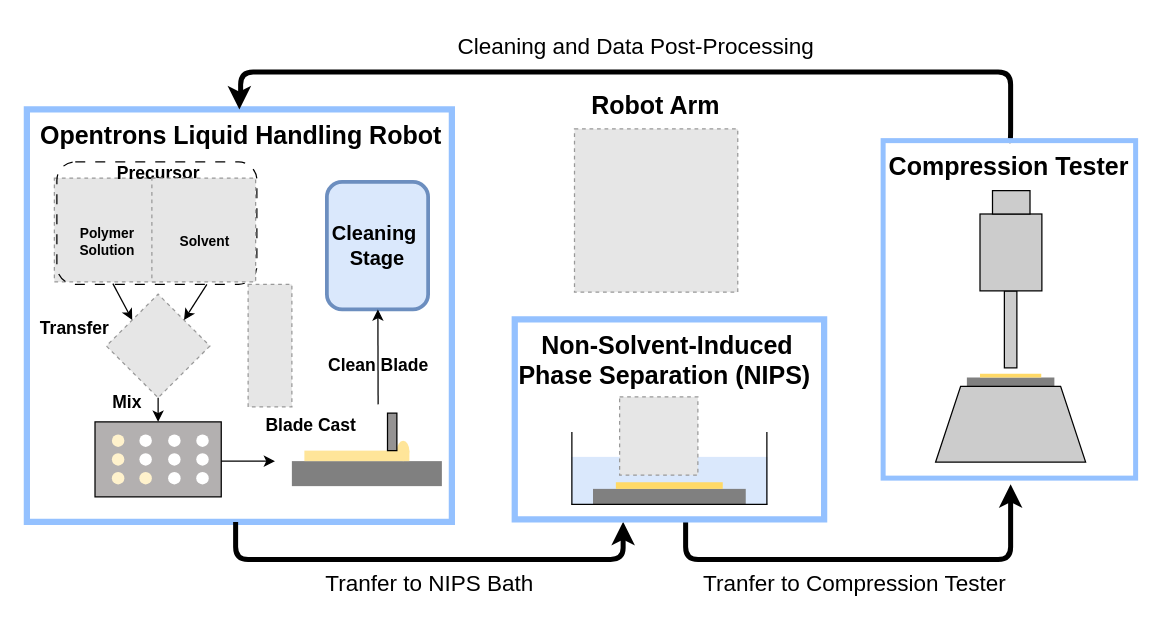
Before: HTE_workflow_for_paper_simple.drawio in Toniaac/hte-data-processing, a draw.io diagram. Source tidied: cells renumbered, new cells numbered last; positions are measured from the earlier drawing's top-left corner, leaving out a move shared by most shapes. Both pictures are drawn from the tidied source at 125%, with x=0, y=0 at pixel (21, 21). Pictures stored in the file or linked from it are replaced by grey dashed boxes.
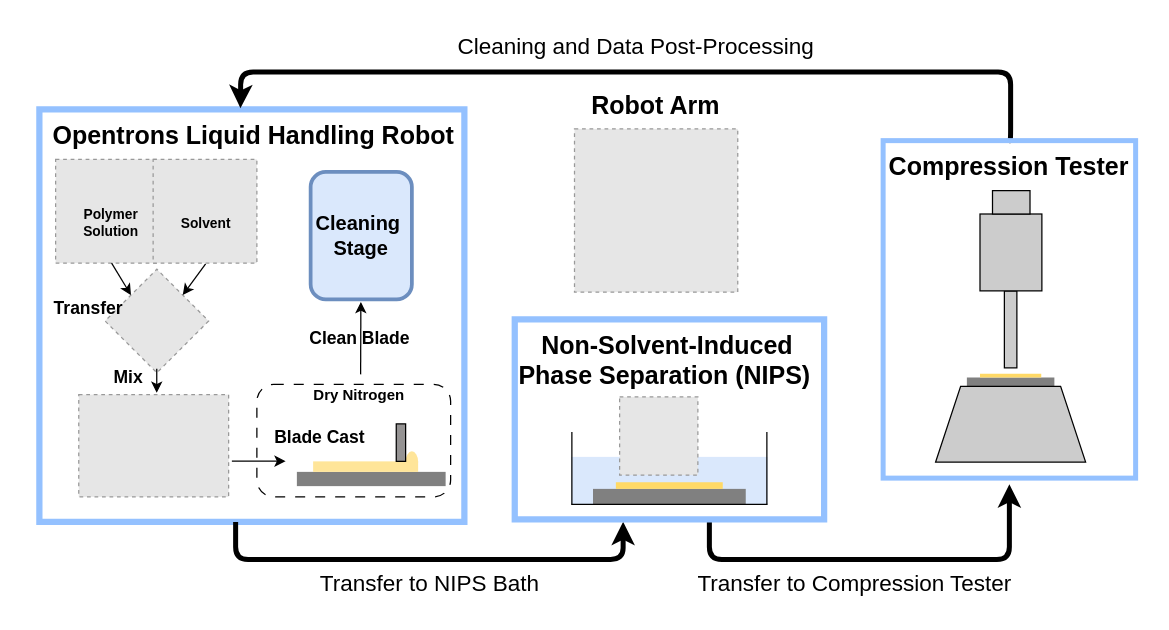
The same diagram, later.

The change refers to these unchanged cells:
```xml
<mxCell id="55" value="&lt;font style=&quot;&quot;&gt;&lt;font style=&quot;font-size: 20px;&quot;&gt;&amp;nbsp; &amp;nbsp; Compression Tester&amp;nbsp;&lt;/font&gt;&lt;/font&gt;" style="text;html=1;align=center;verticalAlign=middle;points=[];strokeColor=none;fillColor=none;fontSize=12;fontStyle=1;" parent="46" vertex="1">
  <mxGeometry x="-5" width="230" height="40" as="geometry" />
</mxCell>
```

Diff of the diagram source:
```diff
@@
-    <mxCell id="2" style="group;fillColor=none;" parent="1" vertex="1">
-      <mxGeometry y="70" width="350" height="330" as="geometry" />
-    </mxCell>
+    <mxCell id="72" style="group;" parent="1" vertex="1">
+      <mxGeometry x="10" y="70" width="345" height="330" as="geometry" />
+    </mxCell>
-    <mxCell id="3" style="rounded=0;whiteSpace=wrap;html=1;fontSize=12;fillColor=none;strokeColor=#94c1ff;gradientColor=none;strokeWidth=5;" parent="2" vertex="1">
+    <mxCell id="3" style="rounded=0;whiteSpace=wrap;html=1;fontSize=12;fillColor=none;strokeColor=#94c1ff;gradientColor=none;strokeWidth=5;" parent="72" vertex="1">
       <mxGeometry x="4" width="340" height="330" as="geometry" />
     </mxCell>
+    <mxCell id="73" style="rounded=1;whiteSpace=wrap;html=1;strokeColor=default;fillColor=none;dashed=1;dashPattern=8 8;" parent="72" vertex="1">
+      <mxGeometry x="178" y="220" width="155" height="90" as="geometry" />
+    </mxCell>
-    <mxCell id="4" style="rounded=1;whiteSpace=wrap;html=1;fillColor=#fff2cc;strokeColor=none;" parent="2" vertex="1">
-      <mxGeometry x="44.5" y="83" width="50.5" height="45" as="geometry" />
+    <mxCell id="4" style="rounded=1;whiteSpace=wrap;html=1;fillColor=#fff2cc;strokeColor=none;" parent="72" vertex="1">
+      <mxGeometry x="35.5" y="68" width="50.5" height="45" as="geometry" />
     </mxCell>
-    <mxCell id="5" style="fillColor=#E6E6E6;strokeColor=#999999;dashed=1;html=1;verticalAlign=top;verticalLabelPosition=bottom;labelBackgroundColor=#ffffff;" parent="2" vertex="1">
-      <mxGeometry x="26" y="55" width="83" height="83" as="geometry" />
+    <mxCell id="5" style="fillColor=#E6E6E6;strokeColor=#999999;dashed=1;html=1;verticalAlign=top;verticalLabelPosition=bottom;labelBackgroundColor=#ffffff;" parent="72" vertex="1">
+      <mxGeometry x="17" y="40" width="83" height="83" as="geometry" />
     </mxCell>
-    <mxCell id="6" style="rounded=1;whiteSpace=wrap;html=1;strokeColor=default;fillColor=none;dashed=1;dashPattern=8 8;" parent="2" vertex="1">
-      <mxGeometry x="28" y="42" width="160" height="98" as="geometry" />
-    </mxCell>
-    <mxCell id="7" style="group;fontStyle=1;" parent="2" vertex="1">
-      <mxGeometry y="50" width="141" height="90" as="geometry" />
+    <mxCell id="7" style="group;fontStyle=1;" parent="72" vertex="1">
+      <mxGeometry x="-9" y="50" width="141" height="90" as="geometry" />
     </mxCell>
-    <mxCell id="8" style="fillColor=#E6E6E6;strokeColor=#999999;dashed=1;html=1;verticalAlign=top;verticalLabelPosition=bottom;labelBackgroundColor=#ffffff;fontSize=12;rotation=135;" parent="2" vertex="1">
-      <mxGeometry x="79.7" y="160" width="58.6" height="58.6" as="geometry" />
+    <mxCell id="8" style="fillColor=#E6E6E6;strokeColor=#999999;dashed=1;html=1;verticalAlign=top;verticalLabelPosition=bottom;labelBackgroundColor=#ffffff;fontSize=12;rotation=135;" parent="72" vertex="1">
+      <mxGeometry x="68.7" y="140" width="58.6" height="58.6" as="geometry" />
     </mxCell>
-    <mxCell id="9" style="endArrow=classic;html=1;rounded=0;fontSize=10;entryX=0;entryY=0.5;entryDx=0;entryDy=0;exitX=0.75;exitY=1;exitDx=0;exitDy=0;" parent="2" edge="1" source="6" target="8">
-      <mxGeometry relative="1" as="geometry" />
+    <mxCell id="9" style="endArrow=classic;html=1;rounded=0;fontSize=10;entryX=0;entryY=0.5;entryDx=0;entryDy=0;exitX=0.75;exitY=1;exitDx=0;exitDy=0;" parent="72" edge="1" target="8">
+      <mxGeometry relative="1" as="geometry">
+        <mxPoint x="137" y="123.6" as="sourcePoint" />
+      </mxGeometry>
     </mxCell>
-    <mxCell id="10" value="&lt;font style=&quot;font-size: 14px;&quot;&gt;Transfer&lt;/font&gt;" style="text;html=1;align=center;verticalAlign=middle;strokeColor=none;fillColor=none;fontSize=12;fontStyle=1;" parent="2" vertex="1">
-      <mxGeometry x="2" y="160" width="80" height="30" as="geometry" />
+    <mxCell id="10" value="&lt;font style=&quot;font-size: 14px;&quot;&gt;Transfer&lt;/font&gt;" style="text;html=1;align=center;verticalAlign=middle;strokeColor=none;fillColor=none;fontSize=12;fontStyle=1;" parent="72" vertex="1">
+      <mxGeometry x="3" y="143.6" width="80" height="30" as="geometry" />
     </mxCell>
-    <mxCell id="11" value="&lt;font style=&quot;font-size: 16px;&quot;&gt;Cleaning&amp;nbsp;&lt;br&gt;Stage&lt;/font&gt;" style="rounded=1;whiteSpace=wrap;html=1;strokeColor=#6c8ebf;strokeWidth=3;fontSize=12;fillColor=#dae8fc;fontStyle=1;" parent="2" vertex="1">
-      <mxGeometry x="244" y="58" width="81" height="102" as="geometry" />
+    <mxCell id="11" value="&lt;font style=&quot;font-size: 16px;&quot;&gt;Cleaning&amp;nbsp;&lt;br&gt;Stage&lt;/font&gt;" style="rounded=1;whiteSpace=wrap;html=1;strokeColor=#6c8ebf;strokeWidth=3;fontSize=12;fillColor=#dae8fc;fontStyle=1;" parent="72" vertex="1">
+      <mxGeometry x="221" y="50" width="81" height="102" as="geometry" />
     </mxCell>
-    <mxCell id="12" value="&lt;font style=&quot;font-size: 14px;&quot;&gt;Clean Blade&lt;/font&gt;" style="text;html=1;align=center;verticalAlign=middle;strokeColor=none;fillColor=none;fontSize=12;fontStyle=1;" parent="2" vertex="1">
-      <mxGeometry x="234.5" y="190" width="100" height="30" as="geometry" />
+    <mxCell id="12" value="&lt;font style=&quot;font-size: 14px;&quot;&gt;Clean Blade&lt;/font&gt;" style="text;html=1;align=center;verticalAlign=middle;strokeColor=none;fillColor=none;fontSize=12;fontStyle=1;" parent="72" vertex="1">
+      <mxGeometry x="210" y="167.9" width="100" height="30" as="geometry" />
     </mxCell>
-    <mxCell id="13" style="rounded=0;whiteSpace=wrap;html=1;strokeWidth=1;fontSize=12;fillColor=#B3B0B0;gradientColor=none;strokeColor=default;" parent="2" vertex="1">
-      <mxGeometry x="58.5" y="250" width="101" height="60" as="geometry" />
-    </mxCell>
-    <mxCell id="14" style="ellipse;whiteSpace=wrap;html=1;strokeWidth=3;fontSize=12;strokeColor=none;fillColor=#fff2cc;" parent="2" vertex="1">
-      <mxGeometry x="72" y="260" width="10" height="10" as="geometry" />
-    </mxCell>
-    <mxCell id="15" style="ellipse;whiteSpace=wrap;html=1;strokeWidth=3;fontSize=12;strokeColor=none;fillColor=#fff2cc;" parent="2" vertex="1">
-      <mxGeometry x="72" y="275" width="10" height="10" as="geometry" />
-    </mxCell>
-    <mxCell id="16" style="ellipse;whiteSpace=wrap;html=1;strokeWidth=3;fontSize=12;strokeColor=none;fillColor=#fff2cc;" parent="2" vertex="1">
-      <mxGeometry x="72" y="290" width="10" height="10" as="geometry" />
-    </mxCell>
-    <mxCell id="17" style="ellipse;whiteSpace=wrap;html=1;strokeWidth=3;fontSize=12;strokeColor=none;" parent="2" vertex="1">
-      <mxGeometry x="94" y="260" width="10" height="10" as="geometry" />
-    </mxCell>
-    <mxCell id="18" style="ellipse;whiteSpace=wrap;html=1;strokeWidth=3;fontSize=12;strokeColor=none;" parent="2" vertex="1">
-      <mxGeometry x="94" y="275" width="10" height="10" as="geometry" />
-    </mxCell>
-    <mxCell id="19" style="ellipse;whiteSpace=wrap;html=1;strokeWidth=3;fontSize=12;strokeColor=none;fillColor=#fff2cc;" parent="2" vertex="1">
-      <mxGeometry x="94" y="290" width="10" height="10" as="geometry" />
-    </mxCell>
-    <mxCell id="20" style="ellipse;whiteSpace=wrap;html=1;strokeWidth=3;fontSize=12;strokeColor=none;" parent="2" vertex="1">
-      <mxGeometry x="117" y="260" width="10" height="10" as="geometry" />
-    </mxCell>
-    <mxCell id="21" style="ellipse;whiteSpace=wrap;html=1;strokeWidth=3;fontSize=12;strokeColor=none;" parent="2" vertex="1">
-      <mxGeometry x="117" y="275" width="10" height="10" as="geometry" />
-    </mxCell>
-    <mxCell id="22" style="ellipse;whiteSpace=wrap;html=1;strokeWidth=3;fontSize=12;strokeColor=none;" parent="2" vertex="1">
-      <mxGeometry x="117" y="290" width="10" height="10" as="geometry" />
-    </mxCell>
-    <mxCell id="23" style="ellipse;whiteSpace=wrap;html=1;strokeWidth=3;fontSize=12;strokeColor=none;" parent="2" vertex="1">
-      <mxGeometry x="139.5" y="260" width="10" height="10" as="geometry" />
-    </mxCell>
-    <mxCell id="24" style="ellipse;whiteSpace=wrap;html=1;strokeWidth=3;fontSize=12;strokeColor=none;" parent="2" vertex="1">
-      <mxGeometry x="139.5" y="275" width="10" height="10" as="geometry" />
-    </mxCell>
-    <mxCell id="25" style="ellipse;whiteSpace=wrap;html=1;strokeWidth=3;fontSize=12;strokeColor=none;" parent="2" vertex="1">
-      <mxGeometry x="139.5" y="290" width="10" height="10" as="geometry" />
-    </mxCell>
-    <mxCell id="26" style="edgeStyle=orthogonalEdgeStyle;rounded=0;jettySize=auto;html=1;exitX=1;exitY=0;exitDx=0;exitDy=0;entryX=0.5;entryY=0;entryDx=0;entryDy=0;fontSize=10;" parent="2" edge="1" source="8" target="13">
-      <mxGeometry relative="1" as="geometry" />
+    <mxCell id="26" style="edgeStyle=orthogonalEdgeStyle;rounded=0;orthogonalLoop=1;jettySize=auto;html=1;exitX=1;exitY=0;exitDx=0;exitDy=0;entryX=0.5;entryY=0;entryDx=0;entryDy=0;fontSize=10;" parent="72" edge="1">
+      <mxGeometry relative="1" as="geometry">
+        <mxPoint x="97.9" y="207.5" as="sourcePoint" />
+        <mxPoint x="97.9" y="226.8" as="targetPoint" />
+      </mxGeometry>
     </mxCell>
-    <mxCell id="27" style="endArrow=classic;html=1;rounded=0;fontSize=12;entryX=0.5;entryY=1;entryDx=0;entryDy=0;" parent="2" edge="1">
+    <mxCell id="27" style="endArrow=classic;html=1;rounded=0;fontSize=12;entryX=0.5;entryY=1;entryDx=0;entryDy=0;" parent="72" edge="1">
       <mxGeometry relative="1" as="geometry">
-        <mxPoint x="285" y="236" as="sourcePoint" />
-        <mxPoint x="284.8" y="160" as="targetPoint" />
+        <mxPoint x="261" y="212" as="sourcePoint" />
+        <mxPoint x="261.2" y="154" as="targetPoint" />
       </mxGeometry>
     </mxCell>
-    <mxCell id="28" value="&lt;font style=&quot;font-size: 20px;&quot;&gt;Opentrons Liquid Handling Robot&lt;/font&gt;" style="text;html=1;align=center;verticalAlign=middle;strokeColor=none;fillColor=none;fontSize=20;fontStyle=1;" parent="2" vertex="1">
+    <mxCell id="28" value="&lt;font style=&quot;font-size: 20px;&quot;&gt;Opentrons Liquid Handling Robot&lt;/font&gt;" style="text;html=1;align=center;verticalAlign=middle;strokeColor=none;fillColor=none;fontSize=20;fontStyle=1;" parent="72" vertex="1">
       <mxGeometry x="5" width="340" height="40" as="geometry" />
     </mxCell>
-    <mxCell id="29" value="&lt;font style=&quot;font-size: 14px;&quot;&gt;Mix&lt;/font&gt;" style="text;html=1;align=center;verticalAlign=middle;strokeColor=none;fillColor=none;fontSize=12;fontStyle=1;" parent="2" vertex="1">
-      <mxGeometry x="58.5" y="218.6" width="50" height="30" as="geometry" />
+    <mxCell id="29" value="&lt;font style=&quot;font-size: 14px;&quot;&gt;Mix&lt;/font&gt;" style="text;html=1;align=center;verticalAlign=middle;strokeColor=none;fillColor=none;fontSize=12;fontStyle=1;" parent="72" vertex="1">
+      <mxGeometry x="50" y="198.6" width="50" height="30" as="geometry" />
     </mxCell>
-    <mxCell id="30" style="fillColor=#E6E6E6;strokeColor=#999999;dashed=1;verticalLabelPosition=bottom;labelBackgroundColor=default;verticalAlign=top;" parent="2" vertex="1">
-      <mxGeometry x="181" y="140" width="35" height="98" as="geometry" />
-    </mxCell>
-    <mxCell id="31" style="rounded=0;whiteSpace=wrap;html=1;strokeWidth=1;fontSize=12;fillColor=#808080;gradientColor=none;strokeColor=none;" parent="2" vertex="1">
-      <mxGeometry x="216" y="281.4" width="120" height="20" as="geometry" />
+    <mxCell id="31" style="rounded=0;whiteSpace=wrap;html=1;strokeWidth=1;fontSize=12;fillColor=#808080;gradientColor=none;strokeColor=none;" parent="72" vertex="1">
+      <mxGeometry x="210" y="290" width="119" height="11.4" as="geometry" />
     </mxCell>
-    <mxCell id="32" style="rounded=0;whiteSpace=wrap;html=1;strokeWidth=3;fontSize=12;fillColor=#FFE599;strokeColor=none;" parent="2" vertex="1">
-      <mxGeometry x="226" y="273" width="84" height="8.4" as="geometry" />
+    <mxCell id="32" style="rounded=0;whiteSpace=wrap;html=1;strokeWidth=3;fontSize=12;fillColor=#FFE599;strokeColor=none;" parent="72" vertex="1">
+      <mxGeometry x="223" y="281.6" width="84" height="8.4" as="geometry" />
     </mxCell>
-    <mxCell id="33" value="&lt;font style=&quot;font-size: 14px;&quot;&gt;Blade Cast&lt;/font&gt;" style="text;html=1;align=center;verticalAlign=middle;strokeColor=none;fillColor=none;fontSize=12;fontStyle=1;" parent="2" vertex="1">
-      <mxGeometry x="181" y="238" width="100" height="30" as="geometry" />
+    <mxCell id="33" value="&lt;font style=&quot;font-size: 14px;&quot;&gt;Blade Cast&lt;/font&gt;" style="text;html=1;align=center;verticalAlign=middle;strokeColor=none;fillColor=none;fontSize=12;fontStyle=1;" parent="72" vertex="1">
+      <mxGeometry x="178" y="246.6" width="100" height="30" as="geometry" />
     </mxCell>
-    <mxCell id="34" style="endArrow=classic;html=1;rounded=0;fontSize=10;exitX=1;exitY=0.5;exitDx=0;exitDy=0;" parent="2" edge="1">
+    <mxCell id="34" style="endArrow=classic;html=1;rounded=0;fontSize=10;exitX=1;exitY=0.5;exitDx=0;exitDy=0;" parent="72" edge="1">
       <mxGeometry relative="1" as="geometry">
-        <mxPoint x="159.5" y="281.4" as="sourcePoint" />
-        <mxPoint x="202.5" y="281.4" as="targetPoint" />
+        <mxPoint x="158" y="281.4" as="sourcePoint" />
+        <mxPoint x="201" y="281.4" as="targetPoint" />
       </mxGeometry>
     </mxCell>
-    <mxCell id="35" value="Polymer &lt;br&gt;Solution" style="text;html=1;align=center;verticalAlign=middle;strokeColor=none;fillColor=none;fontStyle=1;fontSize=11;" parent="2" vertex="1">
-      <mxGeometry x="37.5" y="85.5" width="60" height="40" as="geometry" />
+    <mxCell id="35" value="Polymer &lt;br&gt;Solution" style="text;html=1;align=center;verticalAlign=middle;strokeColor=none;fillColor=none;fontStyle=1;fontSize=11;" parent="72" vertex="1">
+      <mxGeometry x="30.8" y="70.5" width="60" height="40" as="geometry" />
     </mxCell>
-    <mxCell id="36" style="endArrow=classic;html=1;rounded=0;fontSize=10;entryX=0.5;entryY=1;entryDx=0;entryDy=0;exitX=0.28;exitY=0.994;exitDx=0;exitDy=0;exitPerimeter=0;" parent="2" edge="1" source="6" target="8">
-      <mxGeometry relative="1" as="geometry" />
+    <mxCell id="36" style="endArrow=classic;html=1;rounded=0;fontSize=10;entryX=0.5;entryY=1;entryDx=0;entryDy=0;exitX=0.28;exitY=0.994;exitDx=0;exitDy=0;exitPerimeter=0;" parent="72" edge="1" target="8">
+      <mxGeometry relative="1" as="geometry">
+        <mxPoint x="61.8" y="123" as="sourcePoint" />
+      </mxGeometry>
     </mxCell>
-    <mxCell id="37" style="ellipse;whiteSpace=wrap;html=1;strokeColor=none;strokeWidth=5;fontSize=12;fillColor=#FFE599;" parent="2" vertex="1">
-      <mxGeometry x="300" y="265" width="10" height="16.4" as="geometry" />
+    <mxCell id="37" style="ellipse;whiteSpace=wrap;html=1;strokeColor=none;strokeWidth=5;fontSize=12;fillColor=#FFE599;" parent="72" vertex="1">
+      <mxGeometry x="297" y="273.6" width="10" height="16.4" as="geometry" />
     </mxCell>
-    <mxCell id="38" value="&lt;font style=&quot;font-size: 14px;&quot;&gt;Precursor&lt;/font&gt;" style="text;html=1;align=center;verticalAlign=middle;strokeColor=none;fillColor=none;fontSize=12;fontStyle=1;rotation=0;" parent="2" vertex="1">
-      <mxGeometry x="69" y="36" width="80" height="30" as="geometry" />
-    </mxCell>
-    <mxCell id="39" style="rounded=0;whiteSpace=wrap;html=1;strokeWidth=1;fontSize=12;fillColor=#959393;gradientColor=none;strokeColor=default;" parent="2" vertex="1">
-      <mxGeometry x="292.5" y="243" width="7.5" height="30" as="geometry" />
+    <mxCell id="39" style="rounded=0;whiteSpace=wrap;html=1;strokeWidth=1;fontSize=12;fillColor=#959393;gradientColor=none;strokeColor=default;" parent="72" vertex="1">
+      <mxGeometry x="289.5" y="251.6" width="7.5" height="30" as="geometry" />
     </mxCell>
-    <mxCell id="40" style="rounded=1;whiteSpace=wrap;html=1;fillColor=#fff2cc;strokeColor=none;" parent="2" vertex="1">
-      <mxGeometry x="122.5" y="83" width="50.5" height="45" as="geometry" />
+    <mxCell id="40" style="rounded=1;whiteSpace=wrap;html=1;fillColor=#fff2cc;strokeColor=none;" parent="72" vertex="1">
+      <mxGeometry x="113.5" y="68" width="50.5" height="45" as="geometry" />
     </mxCell>
-    <mxCell id="41" style="fillColor=#E6E6E6;strokeColor=#999999;dashed=1;html=1;verticalAlign=top;verticalLabelPosition=bottom;labelBackgroundColor=#ffffff;" parent="2" vertex="1">
-      <mxGeometry x="104" y="55" width="83" height="83" as="geometry" />
+    <mxCell id="41" style="fillColor=#E6E6E6;strokeColor=#999999;dashed=1;html=1;verticalAlign=top;verticalLabelPosition=bottom;labelBackgroundColor=#ffffff;" parent="72" vertex="1">
+      <mxGeometry x="95" y="40" width="83" height="83" as="geometry" />
     </mxCell>
-    <mxCell id="42" value="Solvent" style="text;html=1;align=center;verticalAlign=middle;strokeColor=none;fillColor=none;fontStyle=1;fontSize=11;" parent="2" vertex="1">
-      <mxGeometry x="115.5" y="90.5" width="60" height="30" as="geometry" />
+    <mxCell id="42" value="Solvent" style="text;html=1;align=center;verticalAlign=middle;strokeColor=none;fillColor=none;fontStyle=1;fontSize=11;" parent="72" vertex="1">
+      <mxGeometry x="106.5" y="75.5" width="60" height="30" as="geometry" />
     </mxCell>
+    <mxCell id="74" value="Dry Nitrogen" style="text;html=1;align=center;verticalAlign=middle;whiteSpace=wrap;rounded=0;fontStyle=1;" parent="72" vertex="1">
+      <mxGeometry x="220" y="214" width="80" height="30" as="geometry" />
+    </mxCell>
+    <mxCell id="75" style="fillColor=#E6E6E6;strokeColor=#999999;dashed=1;verticalLabelPosition=bottom;labelBackgroundColor=default;verticalAlign=top;" parent="72" vertex="1">
+      <mxGeometry x="35.5" y="228.2" width="119.9" height="81.8" as="geometry" />
+    </mxCell>
@@
-    <mxCell id="44" style="edgeStyle=orthogonalEdgeStyle;rounded=1;jettySize=auto;html=1;fontSize=14;strokeColor=#000000;strokeWidth=4;curved=0;entryX=0.5;entryY=0;entryDx=0;entryDy=0;exitX=0.539;exitY=0;exitDx=0;exitDy=0;exitPerimeter=0;" parent="1" edge="1" source="55" target="3">
+    <mxCell id="44" style="edgeStyle=orthogonalEdgeStyle;rounded=1;jettySize=auto;html=1;fontSize=14;strokeColor=#000000;strokeWidth=4;curved=0;exitX=0.539;exitY=0;exitDx=0;exitDy=0;exitPerimeter=0;entryX=0.473;entryY=-0.003;entryDx=0;entryDy=0;entryPerimeter=0;" parent="1" edge="1" source="55" target="3">
       <mxGeometry relative="1" as="geometry">
         <Array as="points">
           <mxPoint x="791" y="95" />
           <mxPoint x="791" y="40" />
           <mxPoint x="175" y="40" />
           <mxPoint x="175" y="60" />
-          <mxPoint x="174" y="60" />
         </Array>
       </mxGeometry>
     </mxCell>
     <mxCell id="45" style="edgeStyle=orthogonalEdgeStyle;rounded=1;orthogonalLoop=1;jettySize=auto;html=1;fontSize=14;strokeColor=#000000;strokeWidth=4;curved=0;" parent="1" edge="1">
       <mxGeometry relative="1" as="geometry">
-        <mxPoint x="531" y="400" as="sourcePoint" />
-        <mxPoint x="791" y="370" as="targetPoint" />
+        <mxPoint x="550" y="400" as="sourcePoint" />
+        <mxPoint x="790" y="370" as="targetPoint" />
         <Array as="points">
-          <mxPoint x="531" y="430" />
-          <mxPoint x="791" y="430" />
+          <mxPoint x="550" y="430" />
+          <mxPoint x="790" y="430" />
         </Array>
       </mxGeometry>
     </mxCell>
@@
-    <mxCell id="70" value="&lt;span&gt;Tranfer to NIPS Bath&lt;/span&gt;" style="text;html=1;align=center;verticalAlign=middle;strokeColor=none;fillColor=none;fontSize=18;fontStyle=0;" parent="1" vertex="1">
-      <mxGeometry x="231" y="430" width="190" height="40" as="geometry" />
+    <mxCell id="70" value="&lt;span&gt;Transfer to NIPS Bath&lt;/span&gt;" style="text;html=1;align=center;verticalAlign=middle;strokeColor=none;fillColor=none;fontSize=18;fontStyle=0;" parent="1" vertex="1">
+      <mxGeometry x="226" y="430" width="200" height="40" as="geometry" />
     </mxCell>
-    <mxCell id="71" value="&lt;span&gt;Tranfer to Compression Tester&lt;/span&gt;" style="text;html=1;align=center;verticalAlign=middle;strokeColor=none;fillColor=none;fontSize=18;fontStyle=0;" parent="1" vertex="1">
+    <mxCell id="71" value="&lt;span&gt;Transfer to Compression Tester&lt;/span&gt;" style="text;html=1;align=center;verticalAlign=middle;strokeColor=none;fillColor=none;fontSize=18;fontStyle=0;" parent="1" vertex="1">
       <mxGeometry x="531" y="430" width="270" height="40" as="geometry" />
     </mxCell>
```
